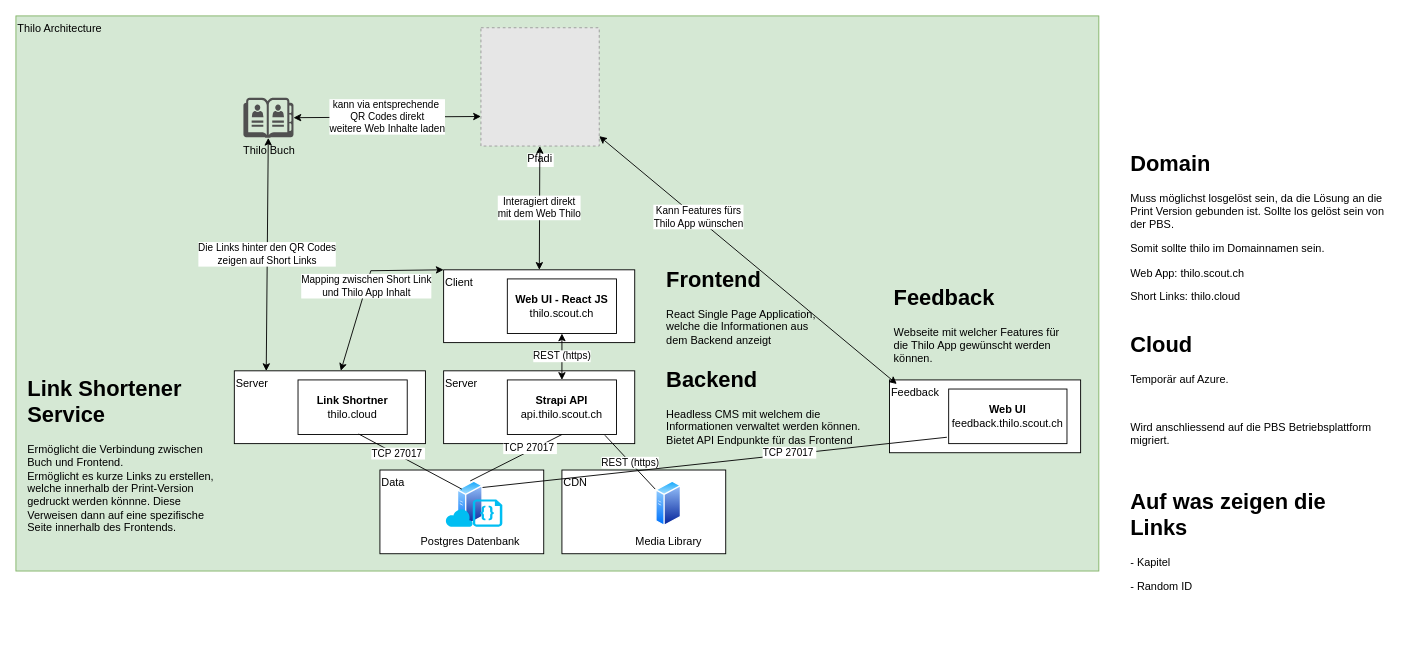
Earlier version of the draw.io diagram page "Architecture" (1 of 2) of documentation/architecture.drawio (scout-ch/thilo). Source tidied: cells renumbered, new cells numbered last; positions are measured from the earlier drawing's top-left corner, leaving out a move shared by most shapes. Both pictures are drawn from the tidied source at 91%, with x=0, y=0 at pixel (15, 15). Pictures stored in the file or linked from it are replaced by grey dashed boxes.
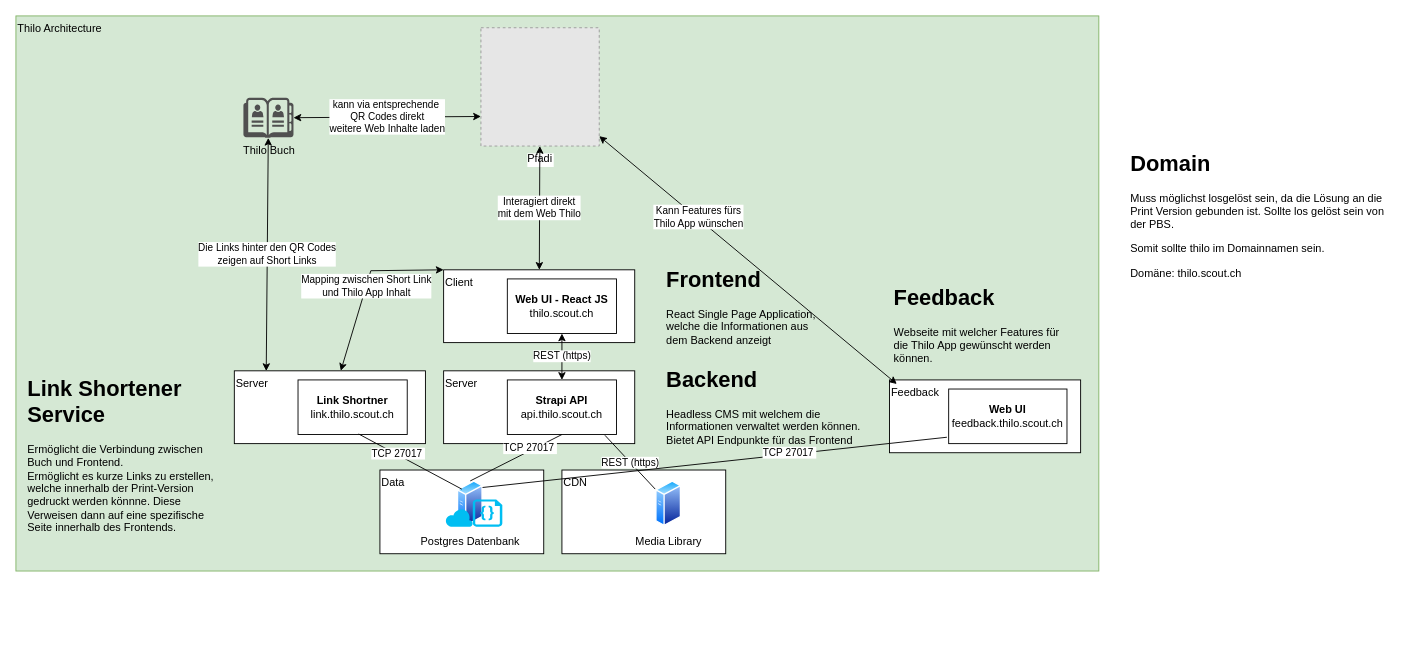
Above is the later version.

What changed in the source:
```diff
@@
-    <mxCell id="17" value="&lt;b&gt;Link Shortner&lt;br&gt;&lt;/b&gt;thilo.cloud" style="rounded=0;whiteSpace=wrap;html=1;align=center;verticalAlign=middle;" parent="1" vertex="1">
+    <mxCell id="17" value="&lt;b&gt;Link Shortner&lt;br&gt;&lt;/b&gt;link.thilo.scout.ch" style="rounded=0;whiteSpace=wrap;html=1;align=center;verticalAlign=middle;" parent="1" vertex="1">
       <mxGeometry x="310" y="400" width="120" height="60" as="geometry" />
     </mxCell>
@@
-    <mxCell id="28" value="&lt;h1&gt;Domain&lt;/h1&gt;&lt;p&gt;Muss möglichst losgelöst sein, da die Lösung an die Print Version gebunden ist. Sollte los gelöst sein von der PBS.&lt;/p&gt;&lt;p&gt;Somit sollte thilo im Domainnamen sein.&lt;/p&gt;&lt;p&gt;Web App: thilo.scout.ch&lt;/p&gt;&lt;p&gt;Short Links:&amp;nbsp;thilo.cloud&lt;/p&gt;" style="text;html=1;strokeColor=none;fillColor=none;spacing=5;spacingTop=-20;whiteSpace=wrap;overflow=hidden;rounded=0;" parent="1" vertex="1">
+    <mxCell id="28" value="&lt;h1&gt;Domain&lt;/h1&gt;&lt;p&gt;Muss möglichst losgelöst sein, da die Lösung an die Print Version gebunden ist. Sollte los gelöst sein von der PBS.&lt;/p&gt;&lt;p&gt;Somit sollte thilo im Domainnamen sein.&lt;/p&gt;&lt;p&gt;Domäne: thilo.scout.ch&lt;/p&gt;" style="text;html=1;strokeColor=none;fillColor=none;spacing=5;spacingTop=-20;whiteSpace=wrap;overflow=hidden;rounded=0;" parent="1" vertex="1">
       <mxGeometry x="1220" y="143" width="290" height="180" as="geometry" />
     </mxCell>
-    <mxCell id="29" value="&lt;h1&gt;Cloud&lt;/h1&gt;&lt;p&gt;Temporär auf Azure.&lt;/p&gt;&lt;p&gt;&lt;br&gt;&lt;/p&gt;&lt;p&gt;Wird anschliessend auf die PBS Betriebsplattform migriert.&lt;/p&gt;" style="text;html=1;strokeColor=none;fillColor=none;spacing=5;spacingTop=-20;whiteSpace=wrap;overflow=hidden;rounded=0;" parent="1" vertex="1">
-      <mxGeometry x="1220" y="342" width="290" height="180" as="geometry" />
-    </mxCell>
-    <mxCell id="30" value="&lt;h1&gt;Auf was zeigen die Links&lt;/h1&gt;&lt;p&gt;- Kapitel&lt;/p&gt;&lt;p&gt;- Random ID&lt;/p&gt;" style="text;html=1;strokeColor=none;fillColor=none;spacing=5;spacingTop=-20;whiteSpace=wrap;overflow=hidden;rounded=0;" parent="1" vertex="1">
-      <mxGeometry x="1220" y="514.3" width="290" height="180" as="geometry" />
-    </mxCell>
```
